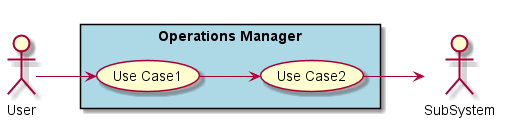
The PlantUML diagram docs/Solution/Operations-Manager/UseCases.png in CAADE/C3, before a commit.
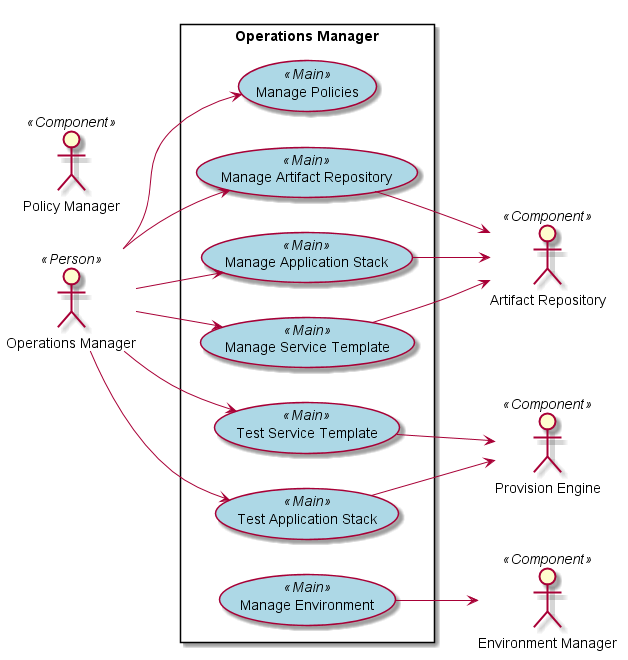
Above is the later version.

Diff of the diagram source:
```diff
@@ -1,18 +1,39 @@
 @startuml
 
+skinparam usecase {
+  BackgroudnColor #lightgreen
+  BackgroundColor<<Main>> #lightblue
+}
 left to right direction
 
-actor :User:
-actor :SubSystem:
+actor OM as :Operations Manager: <<Person>>
+actor PM as :Policy Manager: <<Component>>
+actor EM as :Environment Manager: <<Component>>
+actor PE as :Provision Engine: <<Component>>
+actor AR as :Artifact Repository: <<Component>>
 
+rectangle "Operations Manager" {
+    UseCase MAS <<Main>> as "Manage Application Stack"
+    UseCase MST <<Main>> as "Manage Service Template"
+    UseCase TST <<Main>> as "Test Service Template"
+    UseCase TAS <<Main>> as "Test Application Stack"
+    UseCase MAR <<Main>> as "Manage Artifact Repository"
+    UseCase MP <<Main>> as "Manage Policies"
+    UseCase ME <<Main>> as "Manage Environment"
 
-rectangle "Operations Manager" #lightblue {
-    UseCase UC1 as "Use Case1"
-    UseCase UC2 as "Use Case2"
+    OM --> MST
+    OM --> MAS
+    OM --> TST
+    OM --> TAS
+    OM --> MAR
+    OM --> MP
 
-    User --> UC1
-    UC1 --> UC2
-    UC2 --> SubSystem
+    MAR --> AR
+    TAS --> PE
+    MAS --> AR
+    TST --> PE
+    MST --> AR
+    ME --> EM
 }
 
 @enduml
```
